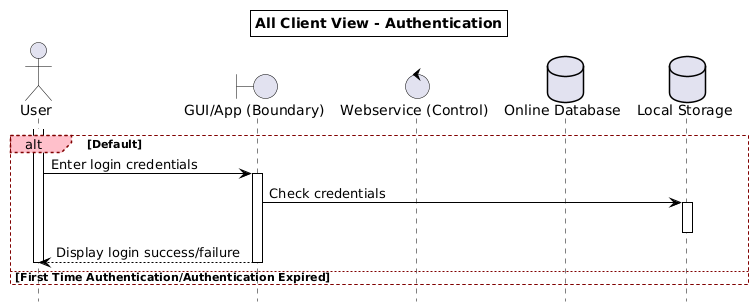
sebastien-andre/capstone1 keeps this PlantUML diagram as uml/sequence1/all/png/user_authentication.png. Above is the earlier version. The source it was exported from:
```plantuml
@startuml
hide footbox
<style>
root {
  LineColor black
  Shadowing 0
}
sequenceDiagram {
  participant {
    BackGroundColor white
    LineThickness 1
  }
  group {
    LineThickness 1
    LineColor maroon
    LineStyle 3
    padding 50
    margin 50
  }
  groupHeader {
    FontStyle plain
    BackGroundColor pink
    LineColor maroon
    LineStyle 3
    padding 10
    margin 10
  }
}
</style>



title All Client View - Authentication



actor "User" as s
boundary "GUI/App (Boundary)" as gui
control "Webservice (Control)" as ws
database "Online Database" as db
database "Local Storage" as ls



alt Default
    activate s
    s -> gui: Enter login credentials
    activate gui
    gui -> ls: Check credentials
    activate ls
    deactivate ls
    gui --> s: Display login success/failure
    deactivate gui
    deactivate s

else First Time Authentication/Authentication Expired

end
@enduml
```
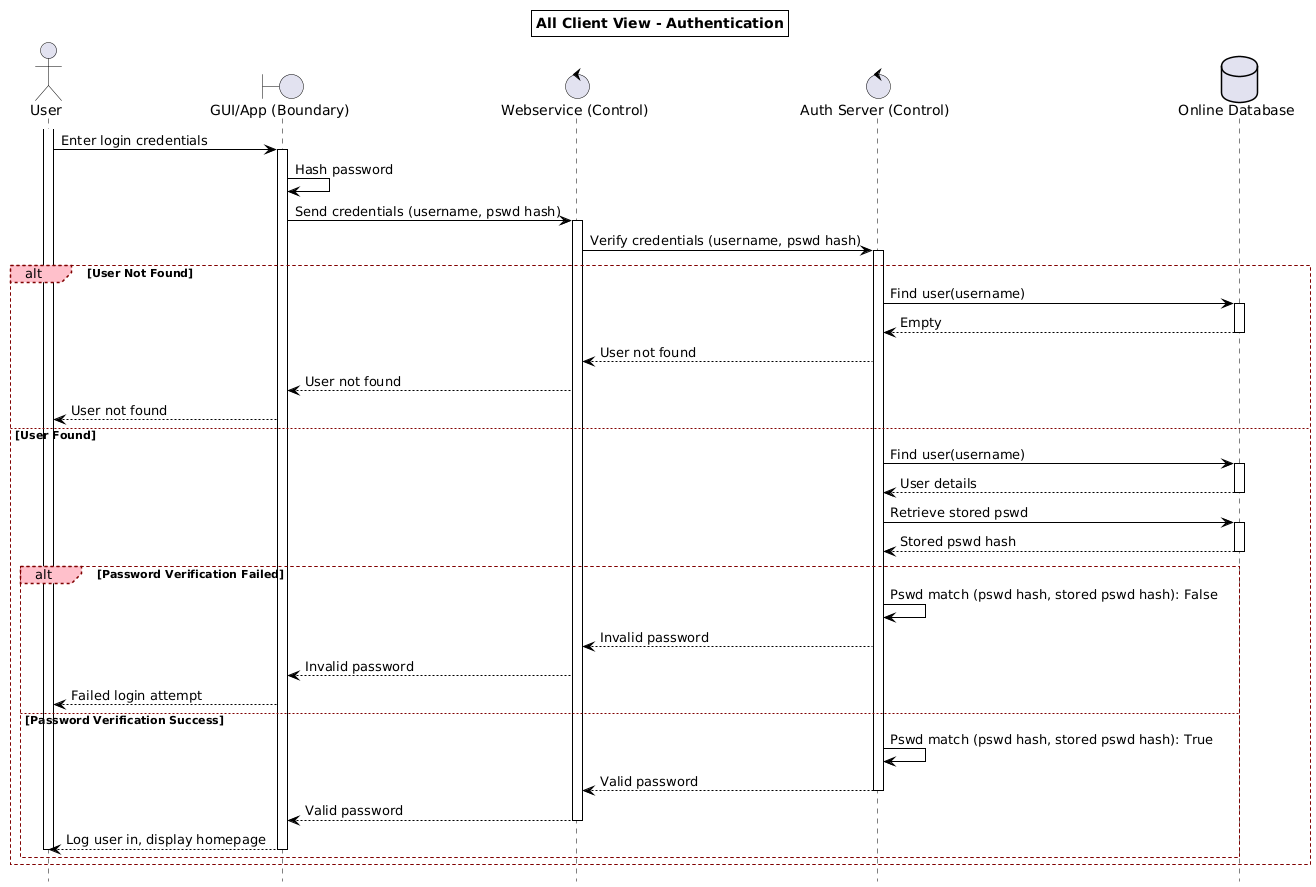
After the change.

Commit message:
Updated authentication for all diagram

Diff of the diagram source:
```diff
@@ -32,28 +32,67 @@
 
 title All Client View - Authentication
 
-
-
 actor "User" as s
 boundary "GUI/App (Boundary)" as gui
 control "Webservice (Control)" as ws
+control "Auth Server (Control)" as auth
 database "Online Database" as db
-database "Local Storage" as ls
 
 
 
-alt Default
-    activate s
-    s -> gui: Enter login credentials
-    activate gui
-    gui -> ls: Check credentials
-    activate ls
-    deactivate ls
-    gui --> s: Display login success/failure
+activate s
+s -> gui: Enter login credentials
+activate gui
+gui -> gui: Hash password
+gui -> ws: Send credentials (username, pswd hash)
+activate ws
+ws -> auth: Verify credentials (username, pswd hash)
+activate auth
+
+alt User Not Found
+  auth -> db: Find user(username)
+  activate db
+  db --> auth: Empty
+  deactivate db
+  auth --> ws: User not found
+  ws --> gui: User not found
+  gui --> s: User not found
+
+
+else User Found
+
+  auth -> db: Find user(username)
+  activate db
+  db --> auth: User details
+  deactivate db
+  auth -> db: Retrieve stored pswd
+  activate db
+  db --> auth: Stored pswd hash
+  deactivate db
+
+  alt Password Verification Failed
+    auth -> auth: Pswd match (pswd hash, stored pswd hash): False
+    auth --> ws: Invalid password
+    ws --> gui: Invalid password
+    gui --> s: Failed login attempt
+
+  else Password Verification Success
+
+    auth -> auth: Pswd match (pswd hash, stored pswd hash): True
+    auth --> ws: Valid password
+    deactivate auth
+    ws --> gui: Valid password
+    deactivate ws
+    gui --> s: Log user in, display homepage
+    deactivate s
     deactivate gui
-    deactivate s
+  end
+end
 
-else First Time Authentication/Authentication Expired
 
-end
+
+
+
+
+deactivate s
 @enduml
```
